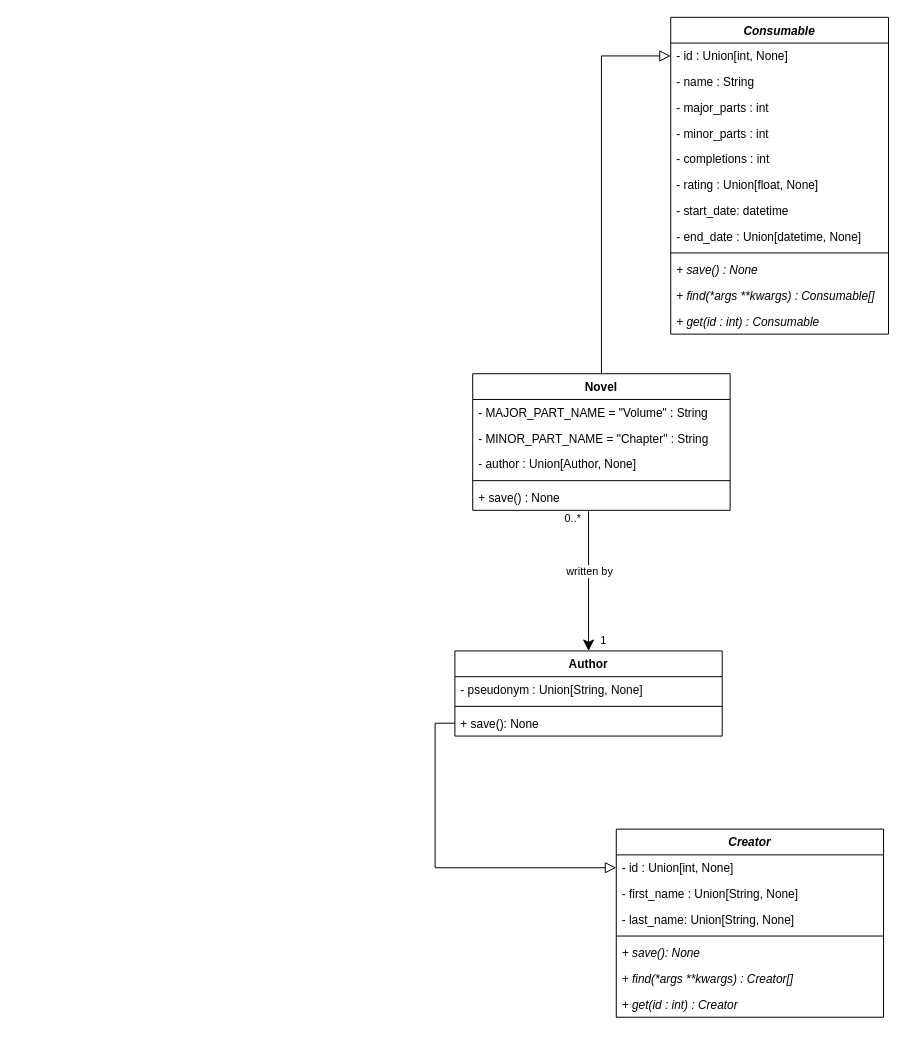
This is docs/classes.drawio from t44dev/ConsumptionCLI, a draw.io file, before an edit. Source tidied: cells renumbered, new cells numbered last; positions are measured from the earlier drawing's top-left corner, leaving out a move shared by most shapes. Both pictures are drawn from the tidied source at 99%, with x=0, y=0 at pixel (454, 17).
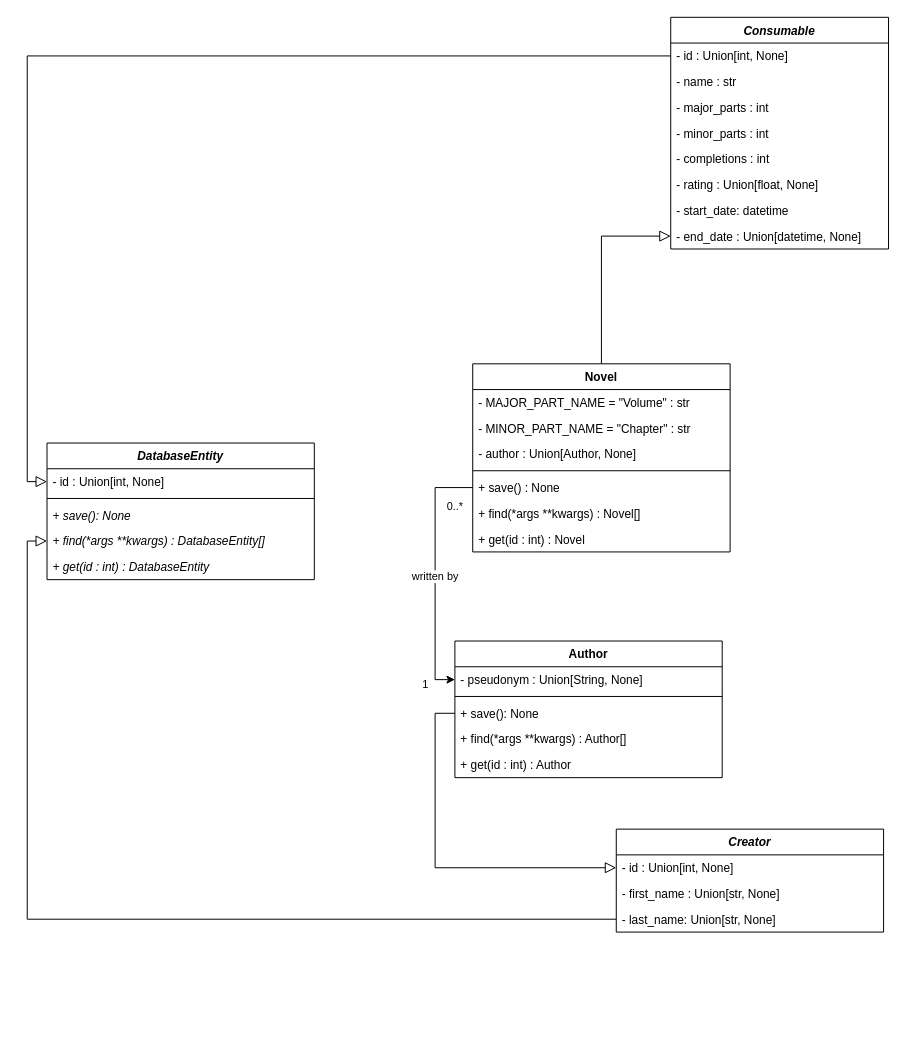
The same page after the edit.

Commit message:
Added general DatabaseEntity to class diagram

Unchanged cells that the change refers to:
```xml
<mxCell id="3" value="- id : Union[int, None]" style="text;strokeColor=none;fillColor=none;align=left;verticalAlign=top;spacingLeft=4;spacingRight=4;overflow=hidden;points=[[0,0.5],[1,0.5]];portConstraint=eastwest;" parent="2" vertex="1">
  <mxGeometry y="26" width="220" height="26" as="geometry" />
</mxCell>
<mxCell id="10" value="- end_date : Union[datetime, None]" style="text;strokeColor=none;fillColor=none;align=left;verticalAlign=top;spacingLeft=4;spacingRight=4;overflow=hidden;points=[[0,0.5],[1,0.5]];portConstraint=eastwest;" parent="2" vertex="1">
  <mxGeometry y="208" width="220" height="26" as="geometry" />
</mxCell>
<mxCell id="21" value="+ save() : None" style="text;strokeColor=none;fillColor=none;align=left;verticalAlign=top;spacingLeft=4;spacingRight=4;overflow=hidden;points=[[0,0.5],[1,0.5]];portConstraint=eastwest;fontStyle=0;" parent="16" vertex="1">
  <mxGeometry y="112" width="260" height="26" as="geometry" />
</mxCell>
<mxCell id="23" value="- pseudonym : Union[String, None]" style="text;strokeColor=none;fillColor=none;align=left;verticalAlign=top;spacingLeft=4;spacingRight=4;overflow=hidden;points=[[0,0.5],[1,0.5]];portConstraint=eastwest;" parent="22" vertex="1">
  <mxGeometry y="26" width="270" height="26" as="geometry" />
</mxCell>
<mxCell id="25" value="+ save(): None" style="text;strokeColor=none;fillColor=none;align=left;verticalAlign=top;spacingLeft=4;spacingRight=4;overflow=hidden;points=[[0,0.5],[1,0.5]];portConstraint=eastwest;fontStyle=0;" parent="22" vertex="1">
  <mxGeometry y="60" width="270" height="26" as="geometry" />
</mxCell>
<mxCell id="27" value="- id : Union[int, None]" style="text;strokeColor=none;fillColor=none;align=left;verticalAlign=top;spacingLeft=4;spacingRight=4;overflow=hidden;points=[[0,0.5],[1,0.5]];portConstraint=eastwest;" parent="26" vertex="1">
  <mxGeometry y="26" width="270" height="26" as="geometry" />
</mxCell>
```

What changed in the source:
```diff
@@
     <mxCell id="2" value="Consumable" style="swimlane;fontStyle=3;align=center;verticalAlign=top;horizontal=1;startSize=26;" parent="1" vertex="1">
-      <mxGeometry x="218" width="220" height="320" as="geometry" />
+      <mxGeometry x="218" width="220" height="234" as="geometry" />
     </mxCell>
@@
-    <mxCell id="4" value="- name : String" style="text;strokeColor=none;fillColor=none;align=left;verticalAlign=top;spacingLeft=4;spacingRight=4;overflow=hidden;" parent="2" vertex="1">
+    <mxCell id="4" value="- name : str" style="text;strokeColor=none;fillColor=none;align=left;verticalAlign=top;spacingLeft=4;spacingRight=4;overflow=hidden;" parent="2" vertex="1">
       <mxGeometry y="52" width="220" height="26" as="geometry" />
     </mxCell>
@@
-    <mxCell id="11" style="line;strokeWidth=1;fillColor=none;align=left;verticalAlign=middle;spacingTop=-1;spacingLeft=3;spacingRight=3;labelPosition=right;strokeColor=inherit;" parent="2" vertex="1">
-      <mxGeometry y="234" width="220" height="8" as="geometry" />
-    </mxCell>
-    <mxCell id="12" value="+ save() : None" style="text;strokeColor=none;fillColor=none;align=left;verticalAlign=top;spacingLeft=4;spacingRight=4;overflow=hidden;fontStyle=2;" parent="2" vertex="1">
-      <mxGeometry y="242" width="220" height="26" as="geometry" />
-    </mxCell>
-    <mxCell id="13" value="+ find(*args **kwargs) : Consumable[]" style="text;strokeColor=none;fillColor=none;align=left;verticalAlign=top;spacingLeft=4;spacingRight=4;overflow=hidden;fontStyle=2;" parent="2" vertex="1">
-      <mxGeometry y="268" width="220" height="26" as="geometry" />
-    </mxCell>
-    <mxCell id="14" value="+ get(id : int) : Consumable" style="text;strokeColor=none;fillColor=none;align=left;verticalAlign=top;spacingLeft=4;spacingRight=4;overflow=hidden;fontStyle=2;" parent="2" vertex="1">
-      <mxGeometry y="294" width="220" height="26" as="geometry" />
-    </mxCell>
-    <mxCell id="15" style="edgeStyle=orthogonalEdgeStyle;rounded=0;jettySize=auto;html=1;endArrow=block;endFill=0;entryX=0;entryY=0.5;entryDx=0;entryDy=0;endSize=9;" parent="1" edge="1" source="16" target="3">
+    <mxCell id="15" style="edgeStyle=orthogonalEdgeStyle;rounded=0;jettySize=auto;html=1;endArrow=block;endFill=0;entryX=0;entryY=0.5;entryDx=0;entryDy=0;endSize=9;" parent="1" edge="1" source="16" target="10">
       <mxGeometry relative="1" as="geometry" />
     </mxCell>
     <mxCell id="16" value="Novel" style="swimlane;fontStyle=1;align=center;verticalAlign=top;horizontal=1;startSize=26;" parent="1" vertex="1">
-      <mxGeometry x="18" y="360" width="260" height="138" as="geometry" />
+      <mxGeometry x="18" y="350" width="260" height="190" as="geometry" />
     </mxCell>
-    <mxCell id="17" value="- MAJOR_PART_NAME = &quot;Volume&quot; : String" style="text;strokeColor=none;fillColor=none;align=left;verticalAlign=top;spacingLeft=4;spacingRight=4;overflow=hidden;" parent="16" vertex="1">
+    <mxCell id="17" value="- MAJOR_PART_NAME = &quot;Volume&quot; : str" style="text;strokeColor=none;fillColor=none;align=left;verticalAlign=top;spacingLeft=4;spacingRight=4;overflow=hidden;" parent="16" vertex="1">
       <mxGeometry y="26" width="260" height="26" as="geometry" />
     </mxCell>
-    <mxCell id="18" value="- MINOR_PART_NAME = &quot;Chapter&quot; : String" style="text;strokeColor=none;fillColor=none;align=left;verticalAlign=top;spacingLeft=4;spacingRight=4;overflow=hidden;" parent="16" vertex="1">
+    <mxCell id="18" value="- MINOR_PART_NAME = &quot;Chapter&quot; : str" style="text;strokeColor=none;fillColor=none;align=left;verticalAlign=top;spacingLeft=4;spacingRight=4;overflow=hidden;" parent="16" vertex="1">
       <mxGeometry y="52" width="260" height="26" as="geometry" />
     </mxCell>
@@
+    <mxCell id="39" value="+ find(*args **kwargs) : Novel[]" style="text;strokeColor=none;fillColor=none;align=left;verticalAlign=top;spacingLeft=4;spacingRight=4;overflow=hidden;fontStyle=0;" parent="16" vertex="1">
+      <mxGeometry y="138" width="260" height="26" as="geometry" />
+    </mxCell>
+    <mxCell id="40" value="+ get(id : int) : Novel" style="text;strokeColor=none;fillColor=none;align=left;verticalAlign=top;spacingLeft=4;spacingRight=4;overflow=hidden;fontStyle=0;" parent="16" vertex="1">
+      <mxGeometry y="164" width="260" height="26" as="geometry" />
+    </mxCell>
     <mxCell id="22" value="Author" style="swimlane;fontStyle=1;align=center;verticalAlign=top;horizontal=1;startSize=26;" parent="1" vertex="1">
-      <mxGeometry y="640" width="270" height="86" as="geometry" />
+      <mxGeometry y="630" width="270" height="138" as="geometry" />
     </mxCell>
@@
+    <mxCell id="41" value="+ find(*args **kwargs) : Author[]" style="text;strokeColor=none;fillColor=none;align=left;verticalAlign=top;spacingLeft=4;spacingRight=4;overflow=hidden;fontStyle=0;" parent="22" vertex="1">
+      <mxGeometry y="86" width="270" height="26" as="geometry" />
+    </mxCell>
+    <mxCell id="42" value="+ get(id : int) : Author" style="text;strokeColor=none;fillColor=none;align=left;verticalAlign=top;spacingLeft=4;spacingRight=4;overflow=hidden;fontStyle=0;" parent="22" vertex="1">
+      <mxGeometry y="112" width="270" height="26" as="geometry" />
+    </mxCell>
     <mxCell id="26" value="Creator" style="swimlane;fontStyle=3;align=center;verticalAlign=top;horizontal=1;startSize=26;" parent="1" vertex="1">
-      <mxGeometry x="163" y="820" width="270" height="190" as="geometry" />
+      <mxGeometry x="163" y="820" width="270" height="104" as="geometry" />
     </mxCell>
@@
-    <mxCell id="28" value="- first_name : Union[String, None]" style="text;strokeColor=none;fillColor=none;align=left;verticalAlign=top;spacingLeft=4;spacingRight=4;overflow=hidden;" parent="26" vertex="1">
+    <mxCell id="28" value="- first_name : Union[str, None]" style="text;strokeColor=none;fillColor=none;align=left;verticalAlign=top;spacingLeft=4;spacingRight=4;overflow=hidden;" parent="26" vertex="1">
       <mxGeometry y="52" width="270" height="26" as="geometry" />
     </mxCell>
-    <mxCell id="29" value="- last_name: Union[String, None]" style="text;strokeColor=none;fillColor=none;align=left;verticalAlign=top;spacingLeft=4;spacingRight=4;overflow=hidden;points=[[0,0.5],[1,0.5]];portConstraint=eastwest;" parent="26" vertex="1">
+    <mxCell id="29" value="- last_name: Union[str, None]" style="text;strokeColor=none;fillColor=none;align=left;verticalAlign=top;spacingLeft=4;spacingRight=4;overflow=hidden;points=[[0,0.5],[1,0.5]];portConstraint=eastwest;" parent="26" vertex="1">
       <mxGeometry y="78" width="270" height="26" as="geometry" />
     </mxCell>
-    <mxCell id="30" style="line;strokeWidth=1;fillColor=none;align=left;verticalAlign=middle;spacingTop=-1;spacingLeft=3;spacingRight=3;labelPosition=right;strokeColor=inherit;" parent="26" vertex="1">
-      <mxGeometry y="104" width="270" height="8" as="geometry" />
-    </mxCell>
-    <mxCell id="31" value="+ save(): None" style="text;strokeColor=none;fillColor=none;align=left;verticalAlign=top;spacingLeft=4;spacingRight=4;overflow=hidden;fontStyle=2;" parent="26" vertex="1">
-      <mxGeometry y="112" width="270" height="26" as="geometry" />
-    </mxCell>
-    <mxCell id="32" value="+ find(*args **kwargs) : Creator[]" style="text;strokeColor=none;fillColor=none;align=left;verticalAlign=top;spacingLeft=4;spacingRight=4;overflow=hidden;fontStyle=2;" parent="26" vertex="1">
-      <mxGeometry y="138" width="270" height="26" as="geometry" />
-    </mxCell>
-    <mxCell id="33" value="+ get(id : int) : Creator" style="text;strokeColor=none;fillColor=none;align=left;verticalAlign=top;spacingLeft=4;spacingRight=4;overflow=hidden;fontStyle=2;" parent="26" vertex="1">
-      <mxGeometry y="164" width="270" height="26" as="geometry" />
-    </mxCell>
-    <mxCell id="34" style="edgeStyle=orthogonalEdgeStyle;rounded=0;jettySize=auto;html=1;entryX=0.5;entryY=0;entryDx=0;entryDy=0;endSize=9;exitX=0.45;exitY=1.038;exitDx=0;exitDy=0;exitPerimeter=0;" parent="1" edge="1" source="21" target="22">
-      <mxGeometry relative="1" as="geometry">
-        <Array as="points">
-          <mxPoint x="135" y="530" />
-          <mxPoint x="135" y="530" />
-        </Array>
-      </mxGeometry>
-    </mxCell>
+    <mxCell id="37" style="edgeStyle=orthogonalEdgeStyle;rounded=0;jettySize=auto;html=1;exitX=0;exitY=0.5;exitDx=0;exitDy=0;entryX=0;entryY=0.5;entryDx=0;entryDy=0;endArrow=block;endFill=0;endSize=9;" parent="1" edge="1" source="25" target="27">
+      <mxGeometry relative="1" as="geometry" />
+    </mxCell>
+    <mxCell id="38" value="1" style="edgeLabel;html=1;align=center;verticalAlign=middle;" parent="1" vertex="1">
+      <mxGeometry x="-62" y="560" as="geometry">
+        <mxPoint x="31" y="113" as="offset" />
+      </mxGeometry>
+    </mxCell>
+    <mxCell id="43" style="edgeStyle=orthogonalEdgeStyle;rounded=0;jettySize=auto;html=1;entryX=0;entryY=0.5;entryDx=0;entryDy=0;" parent="1" edge="1" source="21" target="23">
+      <mxGeometry relative="1" as="geometry" />
+    </mxCell>
-    <mxCell id="35" value="written by" style="edgeLabel;html=1;align=center;verticalAlign=middle;" parent="34" vertex="1">
-      <mxGeometry x="-0.13" relative="1" as="geometry" />
+    <mxCell id="35" value="written by" style="edgeLabel;html=1;align=center;verticalAlign=middle;" parent="43" vertex="1">
+      <mxGeometry x="0.01" y="-1" relative="1" as="geometry" />
     </mxCell>
-    <mxCell id="36" value="0..*" style="edgeLabel;html=1;align=center;verticalAlign=middle;" parent="34" vertex="1">
-      <mxGeometry x="-0.9" relative="1" as="geometry">
-        <mxPoint x="-17" as="offset" />
+    <mxCell id="36" value="0..*" style="edgeLabel;html=1;align=center;verticalAlign=middle;" parent="1" vertex="1">
+      <mxGeometry x="-32" y="380" as="geometry">
+        <mxPoint x="31" y="113" as="offset" />
       </mxGeometry>
     </mxCell>
-    <mxCell id="37" style="edgeStyle=orthogonalEdgeStyle;rounded=0;jettySize=auto;html=1;exitX=0;exitY=0.5;exitDx=0;exitDy=0;entryX=0;entryY=0.5;entryDx=0;entryDy=0;endArrow=block;endFill=0;endSize=9;" parent="1" edge="1" source="25" target="27">
-      <mxGeometry relative="1" as="geometry" />
-    </mxCell>
-    <mxCell id="38" value="1" style="edgeLabel;html=1;align=center;verticalAlign=middle;" parent="1" vertex="1">
-      <mxGeometry x="118" y="515.8" as="geometry">
-        <mxPoint x="31" y="113" as="offset" />
-      </mxGeometry>
-    </mxCell>
+    <mxCell id="44" value="DatabaseEntity" style="swimlane;fontStyle=3;align=center;verticalAlign=top;horizontal=1;startSize=26;" parent="1" vertex="1">
+      <mxGeometry x="-412" y="430" width="270" height="138" as="geometry" />
+    </mxCell>
+    <mxCell id="45" value="- id : Union[int, None]" style="text;strokeColor=none;fillColor=none;align=left;verticalAlign=top;spacingLeft=4;spacingRight=4;overflow=hidden;points=[[0,0.5],[1,0.5]];portConstraint=eastwest;" parent="44" vertex="1">
+      <mxGeometry y="26" width="270" height="26" as="geometry" />
+    </mxCell>
+    <mxCell id="46" style="line;strokeWidth=1;fillColor=none;align=left;verticalAlign=middle;spacingTop=-1;spacingLeft=3;spacingRight=3;labelPosition=right;strokeColor=inherit;" parent="44" vertex="1">
+      <mxGeometry y="52" width="270" height="8" as="geometry" />
+    </mxCell>
+    <mxCell id="31" value="+ save(): None" style="text;strokeColor=none;fillColor=none;align=left;verticalAlign=top;spacingLeft=4;spacingRight=4;overflow=hidden;fontStyle=2;" parent="44" vertex="1">
+      <mxGeometry y="60" width="270" height="26" as="geometry" />
+    </mxCell>
+    <mxCell id="47" value="+ find(*args **kwargs) : DatabaseEntity[]" style="text;strokeColor=none;fillColor=none;align=left;verticalAlign=top;spacingLeft=4;spacingRight=4;overflow=hidden;points=[[0,0.5],[1,0.5]];portConstraint=eastwest;fontStyle=2;" parent="44" vertex="1">
+      <mxGeometry y="86" width="270" height="26" as="geometry" />
+    </mxCell>
+    <mxCell id="48" value="+ get(id : int) : DatabaseEntity" style="text;strokeColor=none;fillColor=none;align=left;verticalAlign=top;spacingLeft=4;spacingRight=4;overflow=hidden;fontStyle=2;" parent="44" vertex="1">
+      <mxGeometry y="112" width="270" height="26" as="geometry" />
+    </mxCell>
+    <mxCell id="49" style="edgeStyle=orthogonalEdgeStyle;rounded=0;jettySize=auto;html=1;entryX=0;entryY=0.5;entryDx=0;entryDy=0;endArrow=block;endFill=0;endSize=9;exitX=0;exitY=0.5;exitDx=0;exitDy=0;" parent="1" edge="1" source="29" target="47">
+      <mxGeometry relative="1" as="geometry" />
+    </mxCell>
+    <mxCell id="50" style="edgeStyle=orthogonalEdgeStyle;rounded=0;jettySize=auto;html=1;entryX=0;entryY=0.5;entryDx=0;entryDy=0;endArrow=block;endFill=0;endSize=9;" parent="1" edge="1" source="3" target="45">
+      <mxGeometry relative="1" as="geometry" />
+    </mxCell>
```
